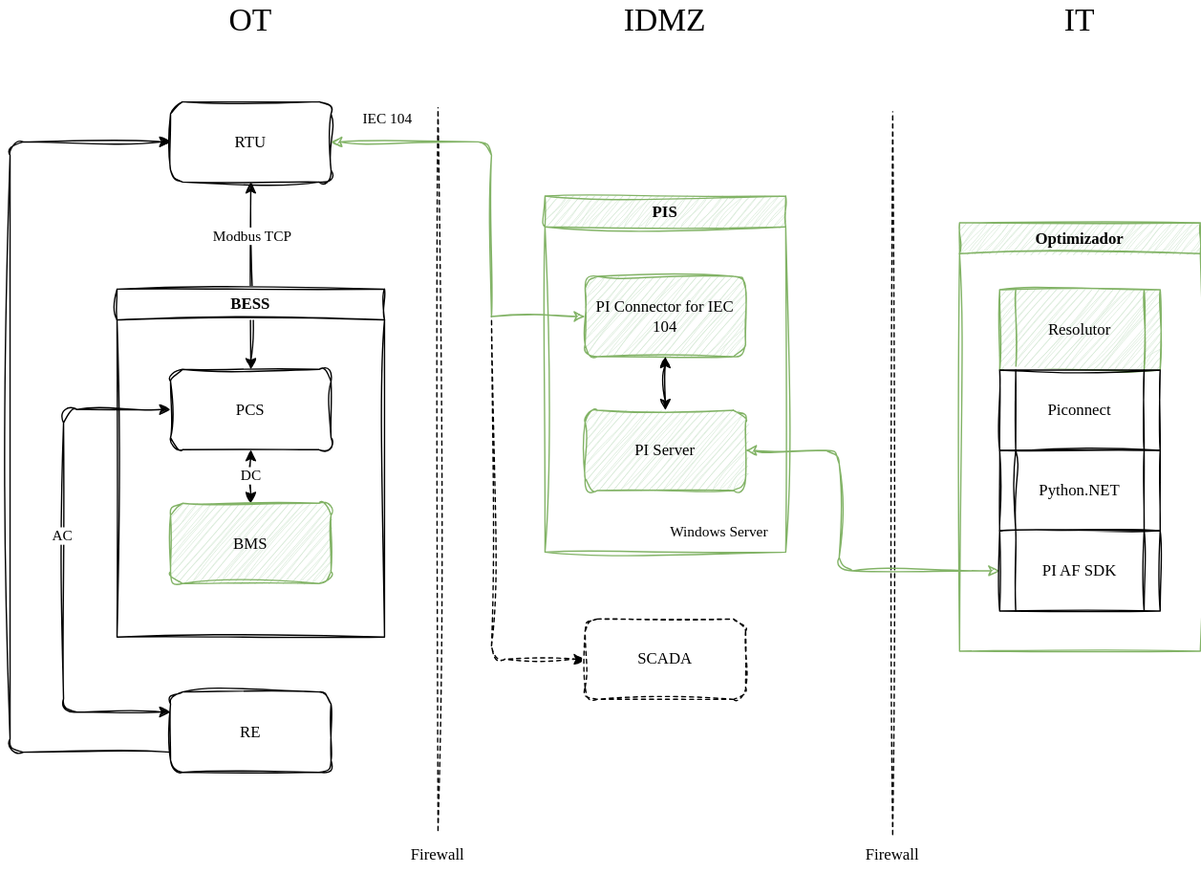
josugoar/optibat keeps this draw.io diagram as figures/arquitectura-infraestructura.drawio.svg. Above is the earlier version. Source tidied: cells renumbered, new cells last; positions are measured from the earlier drawing's top-left corner, leaving out a move shared by most shapes.
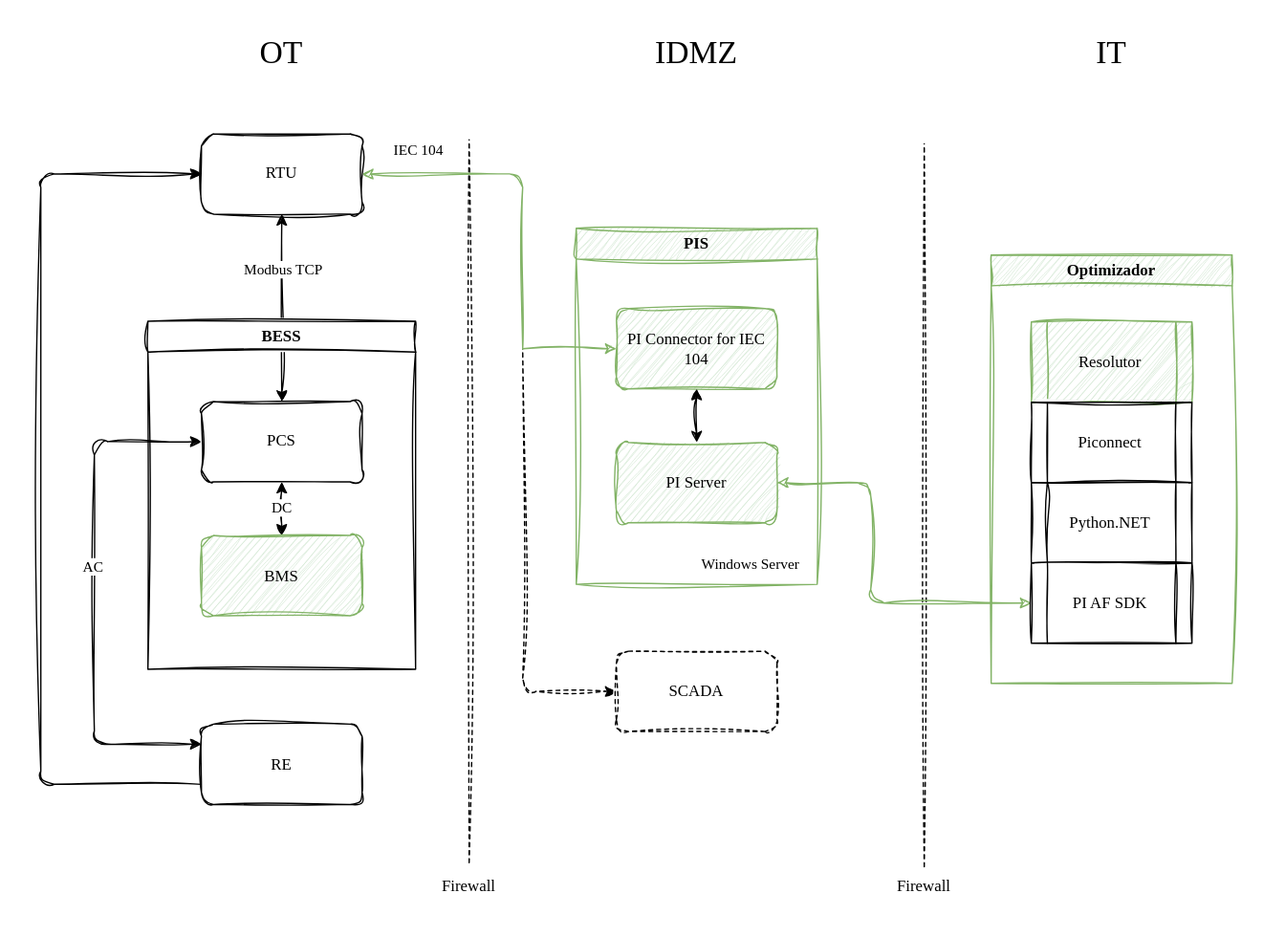
After the change.

Change to the diagram source:
```diff
@@ -132,10 +132,10 @@
     <mxCell id="35" value="Firewall" style="text;html=1;align=center;verticalAlign=middle;whiteSpace=wrap;rounded=0;fontFamily=Comic Sans MS;sketch=1;curveFitting=1;jiggle=2;labelBorderColor=none;textShadow=0;" parent="1" vertex="1">
       <mxGeometry x="630" y="623" width="60" height="30" as="geometry" />
     </mxCell>
-    <mxCell id="36" value="Optimizador" style="swimlane;whiteSpace=wrap;html=1;fillColor=#d5e8d4;strokeColor=#82b366;sketch=1;curveFitting=1;jiggle=2;rounded=0;fontFamily=Comic Sans MS;verticalAlign=middle;labelBorderColor=none;textShadow=0;shadow=0;gradientColor=none;" parent="1" vertex="1">
+    <mxCell id="36" value="Optimizador" style="swimlane;whiteSpace=wrap;html=1;sketch=1;curveFitting=1;jiggle=2;rounded=0;fontFamily=Comic Sans MS;verticalAlign=middle;labelBorderColor=none;textShadow=0;shadow=0;fillColor=#d5e8d4;strokeColor=#82b366;" parent="1" vertex="1">
       <mxGeometry x="710" y="166" width="180" height="320" as="geometry" />
     </mxCell>
-    <mxCell id="37" value="Resolutor" style="shape=process;whiteSpace=wrap;html=1;backgroundOutline=1;sketch=1;curveFitting=1;jiggle=2;fillColor=#d5e8d4;strokeColor=#82b366;fontFamily=Comic Sans MS;verticalAlign=middle;labelBorderColor=none;textShadow=0;" parent="36" vertex="1">
+    <mxCell id="37" value="Resolutor" style="shape=process;whiteSpace=wrap;html=1;backgroundOutline=1;sketch=1;curveFitting=1;jiggle=2;fontFamily=Comic Sans MS;verticalAlign=middle;labelBorderColor=none;textShadow=0;fillColor=#d5e8d4;strokeColor=#82b366;" parent="36" vertex="1">
       <mxGeometry x="30" y="50" width="120" height="60" as="geometry" />
     </mxCell>
     <mxCell id="38" value="Piconnect" style="shape=process;whiteSpace=wrap;html=1;backgroundOutline=1;sketch=1;curveFitting=1;jiggle=2;fontFamily=Comic Sans MS;verticalAlign=middle;labelBorderColor=none;textShadow=0;" parent="36" vertex="1">
@@ -147,5 +147,8 @@
     <mxCell id="40" value="PI AF SDK" style="shape=process;whiteSpace=wrap;html=1;backgroundOutline=1;sketch=1;curveFitting=1;jiggle=2;fontFamily=Comic Sans MS;verticalAlign=middle;labelBorderColor=none;textShadow=0;" parent="36" vertex="1">
       <mxGeometry x="30" y="230" width="120" height="60" as="geometry" />
     </mxCell>
+    <mxCell id="41" style="swimlane;startSize=0;strokeColor=none;" parent="1" vertex="1">
+      <mxGeometry x="-30" y="-24" width="960" height="700" as="geometry" />
+    </mxCell>
   </root>
 </mxGraphModel>
```
